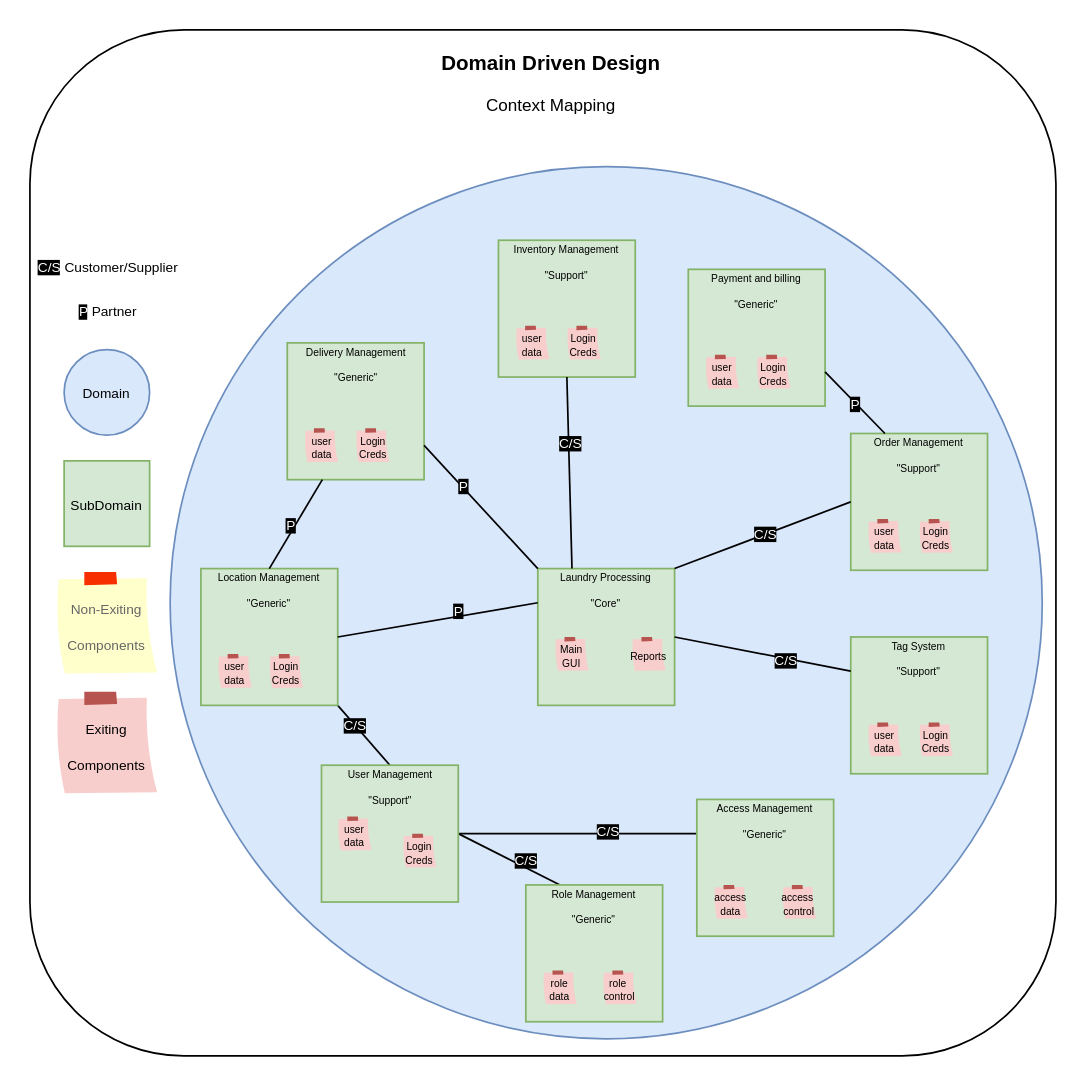
Above: DDD/Context Mapping.drawio in Mufaddalsr/Laundry-Management-MaxLaundry- (draw.io), before the change. Source tidied: cells renumbered, new cells numbered last; positions are measured from the earlier drawing's top-left corner, leaving out a move shared by most shapes. Both pictures are drawn from the tidied source at 171%, with x=0, y=0 at pixel (29, 29).
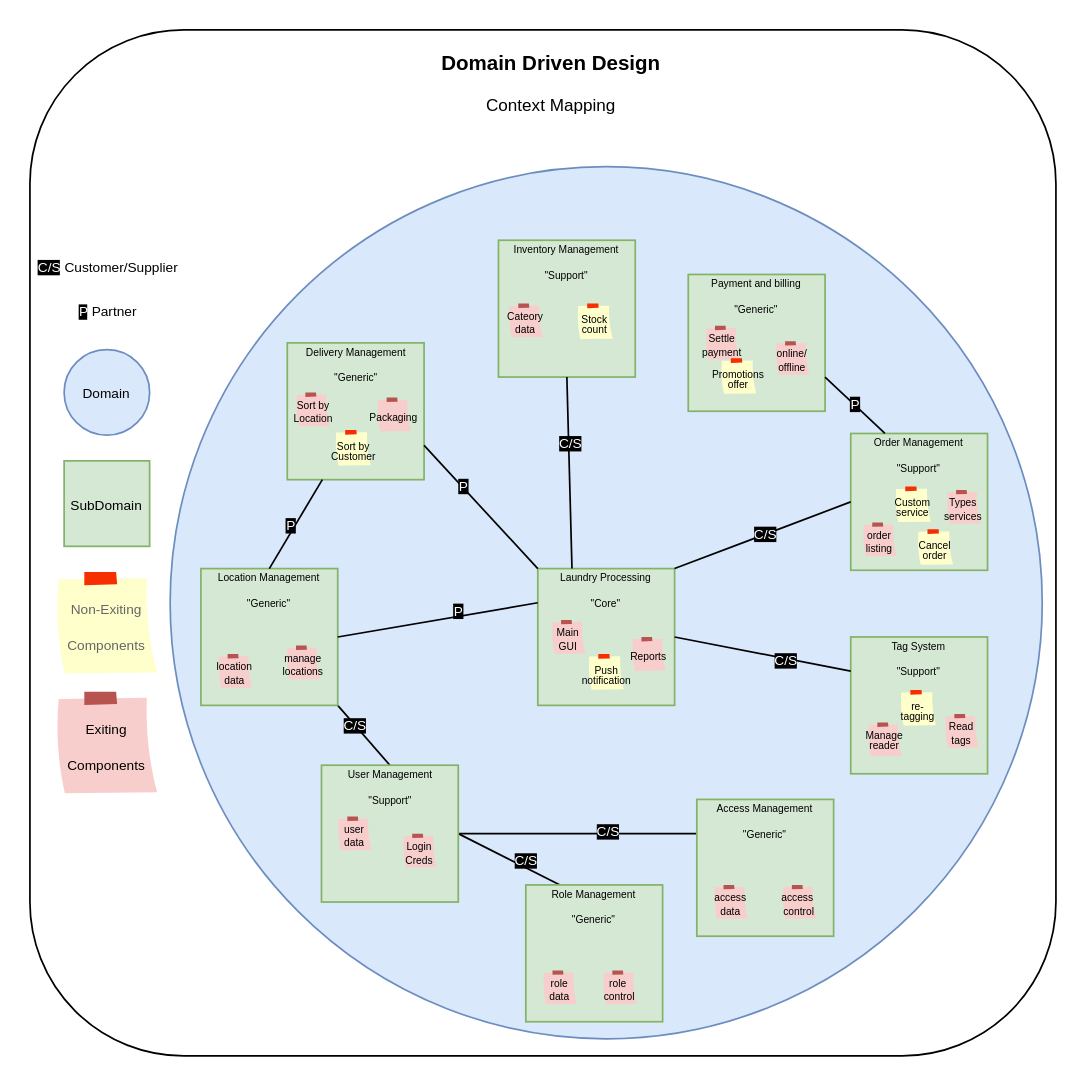
The same diagram, later.

Unchanged cells that the change refers to:
```xml
<mxCell id="10" style="group;" parent="1" vertex="1">
  <mxGeometry x="100" y="315" width="80" height="80" as="geometry" />
</mxCell>
<mxCell id="18" style="group;" parent="1" vertex="1">
  <mxGeometry x="274" y="123" width="80" height="80" as="geometry" />
</mxCell>
<mxCell id="26" style="group;" parent="1" vertex="1">
  <mxGeometry x="480" y="236" width="80" height="80" as="geometry" />
</mxCell>
<mxCell id="30" style="group;" parent="1" vertex="1">
  <mxGeometry x="480" y="355" width="80" height="80" as="geometry" />
</mxCell>
<mxCell id="34" style="group;" parent="1" vertex="1">
  <mxGeometry x="297" y="315" width="80" height="80" as="geometry" />
</mxCell>
<mxCell id="49" style="group;" parent="1" vertex="1">
  <mxGeometry x="15" y="123" width="61" height="324" as="geometry" />
</mxCell>
<mxCell id="60" style="group;" parent="1" vertex="1">
  <mxGeometry x="150.5" y="183" width="80" height="80" as="geometry" />
</mxCell>
```

Diff of the diagram source:
```diff
@@
-    <mxCell id="12" value="&lt;p style=&quot;line-height: 20%;&quot;&gt;&lt;font style=&quot;font-size: 6px;&quot;&gt;user data&lt;/font&gt;&lt;/p&gt;" style="strokeWidth=1;shadow=0;dashed=0;align=center;html=1;shape=mxgraph.mockup.text.stickyNote2;mainText=;fontSize=17;whiteSpace=wrap;fillColor=#f8cecc;strokeColor=#b85450;" parent="10" vertex="1">
+    <mxCell id="12" value="&lt;p style=&quot;line-height: 20%;&quot;&gt;&lt;font style=&quot;font-size: 6px;&quot;&gt;location data&lt;/font&gt;&lt;/p&gt;" style="strokeWidth=1;shadow=0;dashed=0;align=center;html=1;shape=mxgraph.mockup.text.stickyNote2;mainText=;fontSize=17;whiteSpace=wrap;fillColor=#f8cecc;strokeColor=#b85450;" parent="10" vertex="1">
       <mxGeometry x="10" y="50" width="20" height="20" as="geometry" />
     </mxCell>
-    <mxCell id="13" value="&lt;p style=&quot;margin-top: 0px; margin-left: 0px; margin-bottom: 0px; line-height: 20%;&quot;&gt;&lt;span style=&quot;font-size: 6px; background-color: initial;&quot;&gt;Login Creds&lt;/span&gt;&lt;/p&gt;" style="strokeWidth=1;shadow=0;dashed=0;align=center;html=1;shape=mxgraph.mockup.text.stickyNote2;mainText=;fontSize=17;whiteSpace=wrap;fillColor=#f8cecc;strokeColor=#b85450;" parent="10" vertex="1">
-      <mxGeometry x="40" y="50" width="20" height="20" as="geometry" />
+    <mxCell id="13" value="&lt;p style=&quot;margin-top: 0px; margin-left: 0px; margin-bottom: 0px; line-height: 20%;&quot;&gt;&lt;span style=&quot;font-size: 6px; background-color: initial;&quot;&gt;manage locations&lt;/span&gt;&lt;/p&gt;" style="strokeWidth=1;shadow=0;dashed=0;align=center;html=1;shape=mxgraph.mockup.text.stickyNote2;mainText=;fontSize=17;whiteSpace=wrap;fillColor=#f8cecc;strokeColor=#b85450;" parent="10" vertex="1">
+      <mxGeometry x="50" y="45" width="20" height="20" as="geometry" />
     </mxCell>
@@
-    <mxCell id="20" value="&lt;p style=&quot;line-height: 20%;&quot;&gt;&lt;font style=&quot;font-size: 6px;&quot;&gt;user data&lt;/font&gt;&lt;/p&gt;" style="strokeWidth=1;shadow=0;dashed=0;align=center;html=1;shape=mxgraph.mockup.text.stickyNote2;mainText=;fontSize=17;whiteSpace=wrap;fillColor=#f8cecc;strokeColor=#b85450;" parent="18" vertex="1">
-      <mxGeometry x="10" y="50" width="20" height="20" as="geometry" />
+    <mxCell id="20" value="&lt;p style=&quot;line-height: 20%;&quot;&gt;&lt;font style=&quot;font-size: 6px;&quot;&gt;Cateory data&lt;/font&gt;&lt;/p&gt;" style="strokeWidth=1;shadow=0;dashed=0;align=center;html=1;shape=mxgraph.mockup.text.stickyNote2;mainText=;fontSize=17;whiteSpace=wrap;fillColor=#f8cecc;strokeColor=#b85450;" parent="18" vertex="1">
+      <mxGeometry x="6" y="37" width="20" height="20" as="geometry" />
     </mxCell>
-    <mxCell id="21" value="&lt;p style=&quot;margin-top: 0px; margin-left: 0px; margin-bottom: 0px; line-height: 20%;&quot;&gt;&lt;span style=&quot;font-size: 6px; background-color: initial;&quot;&gt;Login Creds&lt;/span&gt;&lt;/p&gt;" style="strokeWidth=1;shadow=0;dashed=0;align=center;html=1;shape=mxgraph.mockup.text.stickyNote2;mainText=;fontSize=17;whiteSpace=wrap;fillColor=#f8cecc;strokeColor=#b85450;" parent="18" vertex="1">
-      <mxGeometry x="40" y="50" width="20" height="20" as="geometry" />
-    </mxCell>
+    <mxCell id="74" value="&lt;p style=&quot;line-height: 10%;&quot;&gt;&lt;font color=&quot;#000000&quot; style=&quot;font-size: 6px;&quot;&gt;Stock count&lt;/font&gt;&lt;/p&gt;" style="strokeWidth=1;shadow=0;dashed=0;align=center;html=1;shape=mxgraph.mockup.text.stickyNote2;fontColor=#666666;mainText=;fontSize=17;whiteSpace=wrap;fillColor=#ffffcc;strokeColor=#F62E00;" parent="18" vertex="1">
+      <mxGeometry x="46" y="37" width="21" height="21" as="geometry" />
+    </mxCell>
@@
-    <mxCell id="28" value="&lt;p style=&quot;line-height: 20%;&quot;&gt;&lt;font style=&quot;font-size: 6px;&quot;&gt;user data&lt;/font&gt;&lt;/p&gt;" style="strokeWidth=1;shadow=0;dashed=0;align=center;html=1;shape=mxgraph.mockup.text.stickyNote2;mainText=;fontSize=17;whiteSpace=wrap;fillColor=#f8cecc;strokeColor=#b85450;" parent="26" vertex="1">
-      <mxGeometry x="10" y="50" width="20" height="20" as="geometry" />
+    <mxCell id="28" value="&lt;p style=&quot;line-height: 20%;&quot;&gt;&lt;font style=&quot;font-size: 6px;&quot;&gt;order listing&lt;/font&gt;&lt;/p&gt;" style="strokeWidth=1;shadow=0;dashed=0;align=center;html=1;shape=mxgraph.mockup.text.stickyNote2;mainText=;fontSize=17;whiteSpace=wrap;fillColor=#f8cecc;strokeColor=#b85450;" parent="26" vertex="1">
+      <mxGeometry x="7" y="52" width="20" height="20" as="geometry" />
     </mxCell>
-    <mxCell id="29" value="&lt;p style=&quot;margin-top: 0px; margin-left: 0px; margin-bottom: 0px; line-height: 20%;&quot;&gt;&lt;span style=&quot;font-size: 6px; background-color: initial;&quot;&gt;Login Creds&lt;/span&gt;&lt;/p&gt;" style="strokeWidth=1;shadow=0;dashed=0;align=center;html=1;shape=mxgraph.mockup.text.stickyNote2;mainText=;fontSize=17;whiteSpace=wrap;fillColor=#f8cecc;strokeColor=#b85450;" parent="26" vertex="1">
-      <mxGeometry x="40" y="50" width="20" height="20" as="geometry" />
-    </mxCell>
+    <mxCell id="21" value="&lt;p style=&quot;margin-top: 0px; margin-left: 0px; margin-bottom: 0px; line-height: 20%;&quot;&gt;&lt;span style=&quot;font-size: 6px; background-color: initial;&quot;&gt;Types&lt;/span&gt;&lt;/p&gt;&lt;p style=&quot;margin-top: 0px; margin-left: 0px; margin-bottom: 0px; line-height: 20%;&quot;&gt;&lt;span style=&quot;font-size: 6px; background-color: initial;&quot;&gt;services&lt;/span&gt;&lt;/p&gt;" style="strokeWidth=1;shadow=0;dashed=0;align=center;html=1;shape=mxgraph.mockup.text.stickyNote2;mainText=;fontSize=17;whiteSpace=wrap;fillColor=#f8cecc;strokeColor=#b85450;" parent="26" vertex="1">
+      <mxGeometry x="56" y="33" width="20" height="20" as="geometry" />
+    </mxCell>
+    <mxCell id="75" value="&lt;p style=&quot;line-height: 10%;&quot;&gt;&lt;font color=&quot;#000000&quot;&gt;&lt;span style=&quot;font-size: 6px;&quot;&gt;Custom service&lt;/span&gt;&lt;/font&gt;&lt;/p&gt;" style="strokeWidth=1;shadow=0;dashed=0;align=center;html=1;shape=mxgraph.mockup.text.stickyNote2;fontColor=#666666;mainText=;fontSize=17;whiteSpace=wrap;fillColor=#ffffcc;strokeColor=#F62E00;" parent="26" vertex="1">
+      <mxGeometry x="26" y="31" width="21" height="21" as="geometry" />
+    </mxCell>
@@
-    <mxCell id="32" value="&lt;p style=&quot;line-height: 20%;&quot;&gt;&lt;font style=&quot;font-size: 6px;&quot;&gt;user data&lt;/font&gt;&lt;/p&gt;" style="strokeWidth=1;shadow=0;dashed=0;align=center;html=1;shape=mxgraph.mockup.text.stickyNote2;mainText=;fontSize=17;whiteSpace=wrap;fillColor=#f8cecc;strokeColor=#b85450;" parent="30" vertex="1">
+    <mxCell id="32" value="&lt;p style=&quot;line-height: 0%; font-size: 6px;&quot;&gt;&lt;font style=&quot;font-size: 6px;&quot;&gt;Manage&lt;/font&gt;&lt;/p&gt;&lt;p style=&quot;line-height: 0%; font-size: 6px;&quot;&gt;&lt;font style=&quot;font-size: 6px;&quot;&gt;reader&lt;/font&gt;&lt;/p&gt;" style="strokeWidth=1;shadow=0;dashed=0;align=center;html=1;shape=mxgraph.mockup.text.stickyNote2;mainText=;fontSize=17;whiteSpace=wrap;fillColor=#f8cecc;strokeColor=#b85450;" parent="30" vertex="1">
       <mxGeometry x="10" y="50" width="20" height="20" as="geometry" />
     </mxCell>
-    <mxCell id="33" value="&lt;p style=&quot;margin-top: 0px; margin-left: 0px; margin-bottom: 0px; line-height: 20%;&quot;&gt;&lt;span style=&quot;font-size: 6px; background-color: initial;&quot;&gt;Login Creds&lt;/span&gt;&lt;/p&gt;" style="strokeWidth=1;shadow=0;dashed=0;align=center;html=1;shape=mxgraph.mockup.text.stickyNote2;mainText=;fontSize=17;whiteSpace=wrap;fillColor=#f8cecc;strokeColor=#b85450;" parent="30" vertex="1">
-      <mxGeometry x="40" y="50" width="20" height="20" as="geometry" />
+    <mxCell id="33" value="&lt;p style=&quot;margin-top: 0px; margin-left: 0px; margin-bottom: 0px; line-height: 20%;&quot;&gt;&lt;span style=&quot;font-size: 6px; background-color: initial;&quot;&gt;Read tags&lt;/span&gt;&lt;/p&gt;" style="strokeWidth=1;shadow=0;dashed=0;align=center;html=1;shape=mxgraph.mockup.text.stickyNote2;mainText=;fontSize=17;whiteSpace=wrap;fillColor=#f8cecc;strokeColor=#b85450;" parent="30" vertex="1">
+      <mxGeometry x="55" y="45" width="20" height="20" as="geometry" />
     </mxCell>
+    <mxCell id="76" value="&lt;p style=&quot;line-height: 10%;&quot;&gt;&lt;font color=&quot;#000000&quot;&gt;&lt;span style=&quot;font-size: 6px;&quot;&gt;re-tagging&lt;/span&gt;&lt;/font&gt;&lt;/p&gt;" style="strokeWidth=1;shadow=0;dashed=0;align=center;html=1;shape=mxgraph.mockup.text.stickyNote2;fontColor=#666666;mainText=;fontSize=17;whiteSpace=wrap;fillColor=#ffffcc;strokeColor=#F62E00;" parent="30" vertex="1">
+      <mxGeometry x="29" y="31" width="21" height="21" as="geometry" />
+    </mxCell>
@@
     <mxCell id="36" value="&lt;p style=&quot;line-height: 20%;&quot;&gt;&lt;font style=&quot;font-size: 6px;&quot;&gt;Main GUI&lt;/font&gt;&lt;/p&gt;" style="strokeWidth=1;shadow=0;dashed=0;align=center;html=1;shape=mxgraph.mockup.text.stickyNote2;mainText=;fontSize=17;whiteSpace=wrap;fillColor=#f8cecc;strokeColor=#b85450;" parent="34" vertex="1">
-      <mxGeometry x="10" y="40" width="20" height="20" as="geometry" />
+      <mxGeometry x="8" y="30" width="20" height="20" as="geometry" />
     </mxCell>
@@
+    <mxCell id="77" value="&lt;p style=&quot;line-height: 10%;&quot;&gt;&lt;font color=&quot;#000000&quot;&gt;&lt;span style=&quot;font-size: 6px;&quot;&gt;Push notification&lt;/span&gt;&lt;/font&gt;&lt;/p&gt;" style="strokeWidth=1;shadow=0;dashed=0;align=center;html=1;shape=mxgraph.mockup.text.stickyNote2;fontColor=#666666;mainText=;fontSize=17;whiteSpace=wrap;fillColor=#ffffcc;strokeColor=#F62E00;" parent="34" vertex="1">
+      <mxGeometry x="29.5" y="50" width="21" height="21" as="geometry" />
+    </mxCell>
@@
-    <mxCell id="51" value="&lt;font style=&quot;font-size: 8px;&quot;&gt;Non-Exiting Components&lt;/font&gt;" style="strokeWidth=1;shadow=0;dashed=0;align=center;html=1;shape=mxgraph.mockup.text.stickyNote2;fontColor=#666666;mainText=;fontSize=17;whiteSpace=wrap;fillColor=#ffffcc;strokeColor=#F62E00;" parent="49" vertex="1">
+    <mxCell id="51" value="&lt;span style=&quot;font-size: 8px;&quot;&gt;Non-Exiting Components&lt;/span&gt;" style="strokeWidth=1;shadow=0;dashed=0;align=center;html=1;shape=mxgraph.mockup.text.stickyNote2;fontColor=#666666;mainText=;fontSize=17;whiteSpace=wrap;fillColor=#ffffcc;strokeColor=#F62E00;" parent="49" vertex="1">
       <mxGeometry y="194" width="60" height="60" as="geometry" />
     </mxCell>
@@
-    <mxCell id="62" value="&lt;p style=&quot;line-height: 20%;&quot;&gt;&lt;font style=&quot;font-size: 6px;&quot;&gt;user data&lt;/font&gt;&lt;/p&gt;" style="strokeWidth=1;shadow=0;dashed=0;align=center;html=1;shape=mxgraph.mockup.text.stickyNote2;mainText=;fontSize=17;whiteSpace=wrap;fillColor=#f8cecc;strokeColor=#b85450;" parent="60" vertex="1">
-      <mxGeometry x="10" y="50" width="20" height="20" as="geometry" />
+    <mxCell id="62" value="&lt;p style=&quot;line-height: 20%;&quot;&gt;&lt;span style=&quot;font-size: 6px;&quot;&gt;Sort by Location&lt;/span&gt;&lt;/p&gt;" style="strokeWidth=1;shadow=0;dashed=0;align=center;html=1;shape=mxgraph.mockup.text.stickyNote2;mainText=;fontSize=17;whiteSpace=wrap;fillColor=#f8cecc;strokeColor=#b85450;" parent="60" vertex="1">
+      <mxGeometry x="5" y="29" width="20" height="20" as="geometry" />
     </mxCell>
-    <mxCell id="63" value="&lt;p style=&quot;margin-top: 0px; margin-left: 0px; margin-bottom: 0px; line-height: 20%;&quot;&gt;&lt;span style=&quot;font-size: 6px; background-color: initial;&quot;&gt;Login Creds&lt;/span&gt;&lt;/p&gt;" style="strokeWidth=1;shadow=0;dashed=0;align=center;html=1;shape=mxgraph.mockup.text.stickyNote2;mainText=;fontSize=17;whiteSpace=wrap;fillColor=#f8cecc;strokeColor=#b85450;" parent="60" vertex="1">
-      <mxGeometry x="40" y="50" width="20" height="20" as="geometry" />
+    <mxCell id="63" value="&lt;p style=&quot;margin-top: 0px; margin-left: 0px; margin-bottom: 0px; line-height: 20%;&quot;&gt;&lt;span style=&quot;font-size: 6px;&quot;&gt;Packaging&lt;/span&gt;&lt;/p&gt;" style="strokeWidth=1;shadow=0;dashed=0;align=center;html=1;shape=mxgraph.mockup.text.stickyNote2;mainText=;fontSize=17;whiteSpace=wrap;fillColor=#f8cecc;strokeColor=#b85450;" parent="60" vertex="1">
+      <mxGeometry x="52.5" y="32" width="20" height="20" as="geometry" />
     </mxCell>
+    <mxCell id="78" value="&lt;p style=&quot;line-height: 10%;&quot;&gt;&lt;font color=&quot;#000000&quot;&gt;&lt;span style=&quot;font-size: 6px;&quot;&gt;Sort by Customer&lt;/span&gt;&lt;/font&gt;&lt;/p&gt;" style="strokeWidth=1;shadow=0;dashed=0;align=center;html=1;shape=mxgraph.mockup.text.stickyNote2;fontColor=#666666;mainText=;fontSize=17;whiteSpace=wrap;fillColor=#ffffcc;strokeColor=#F62E00;" parent="60" vertex="1">
+      <mxGeometry x="28" y="51" width="21" height="21" as="geometry" />
+    </mxCell>
     <mxCell id="64" style="group;" parent="1" vertex="1">
-      <mxGeometry x="385" y="140" width="80" height="80" as="geometry" />
+      <mxGeometry x="385" y="143" width="80" height="80" as="geometry" />
     </mxCell>
@@
-    <mxCell id="66" value="&lt;p style=&quot;line-height: 20%;&quot;&gt;&lt;font style=&quot;font-size: 6px;&quot;&gt;user data&lt;/font&gt;&lt;/p&gt;" style="strokeWidth=1;shadow=0;dashed=0;align=center;html=1;shape=mxgraph.mockup.text.stickyNote2;mainText=;fontSize=17;whiteSpace=wrap;fillColor=#f8cecc;strokeColor=#b85450;" parent="64" vertex="1">
-      <mxGeometry x="10" y="50" width="20" height="20" as="geometry" />
+    <mxCell id="66" value="&lt;p style=&quot;line-height: 20%;&quot;&gt;&lt;font style=&quot;font-size: 6px;&quot;&gt;Settle payment&lt;/font&gt;&lt;/p&gt;" style="strokeWidth=1;shadow=0;dashed=0;align=center;html=1;shape=mxgraph.mockup.text.stickyNote2;mainText=;fontSize=17;whiteSpace=wrap;fillColor=#f8cecc;strokeColor=#b85450;" parent="64" vertex="1">
+      <mxGeometry x="10" y="30" width="20" height="20" as="geometry" />
     </mxCell>
-    <mxCell id="67" value="&lt;p style=&quot;margin-top: 0px; margin-left: 0px; margin-bottom: 0px; line-height: 20%;&quot;&gt;&lt;span style=&quot;font-size: 6px; background-color: initial;&quot;&gt;Login Creds&lt;/span&gt;&lt;/p&gt;" style="strokeWidth=1;shadow=0;dashed=0;align=center;html=1;shape=mxgraph.mockup.text.stickyNote2;mainText=;fontSize=17;whiteSpace=wrap;fillColor=#f8cecc;strokeColor=#b85450;" parent="64" vertex="1">
-      <mxGeometry x="40" y="50" width="20" height="20" as="geometry" />
+    <mxCell id="67" value="&lt;p style=&quot;margin-top: 0px; margin-left: 0px; margin-bottom: 0px; line-height: 20%;&quot;&gt;&lt;span style=&quot;font-size: 6px; background-color: initial;&quot;&gt;online/ offline&lt;/span&gt;&lt;/p&gt;" style="strokeWidth=1;shadow=0;dashed=0;align=center;html=1;shape=mxgraph.mockup.text.stickyNote2;mainText=;fontSize=17;whiteSpace=wrap;fillColor=#f8cecc;strokeColor=#b85450;" parent="64" vertex="1">
+      <mxGeometry x="51" y="39" width="20" height="20" as="geometry" />
     </mxCell>
@@
+    <mxCell id="79" value="&lt;p style=&quot;line-height: 10%;&quot;&gt;&lt;font color=&quot;#000000&quot; style=&quot;font-size: 6px;&quot;&gt;Promotions offer&lt;/font&gt;&lt;/p&gt;" style="strokeWidth=1;shadow=0;dashed=0;align=center;html=1;shape=mxgraph.mockup.text.stickyNote2;fontColor=#666666;mainText=;fontSize=17;whiteSpace=wrap;fillColor=#ffffcc;strokeColor=#F62E00;" parent="1" vertex="1">
+      <mxGeometry x="404" y="192" width="21" height="21" as="geometry" />
+    </mxCell>
+    <mxCell id="80" value="&lt;p style=&quot;line-height: 10%;&quot;&gt;&lt;font color=&quot;#000000&quot;&gt;&lt;span style=&quot;font-size: 6px;&quot;&gt;Cancel order&lt;/span&gt;&lt;/font&gt;&lt;/p&gt;" style="strokeWidth=1;shadow=0;dashed=0;align=center;html=1;shape=mxgraph.mockup.text.stickyNote2;fontColor=#666666;mainText=;fontSize=17;whiteSpace=wrap;fillColor=#ffffcc;strokeColor=#F62E00;" parent="1" vertex="1">
+      <mxGeometry x="519" y="292" width="21" height="21" as="geometry" />
+    </mxCell>
```
